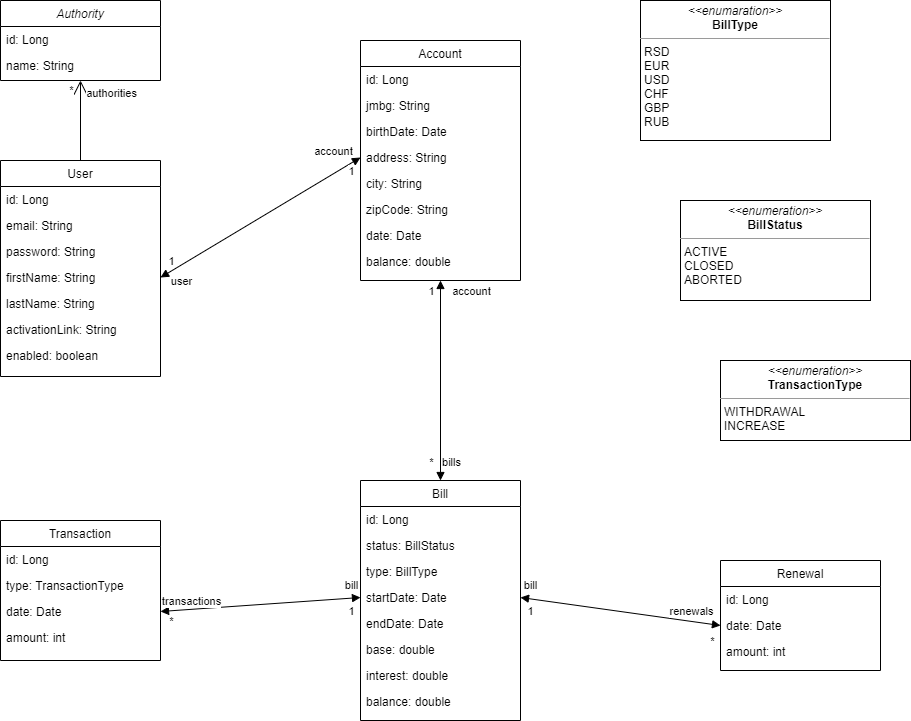
The draw.io diagram class.png in draganagrbic998/sbnz, before a commit. Source tidied: cells renumbered, new cells last; positions are measured from the earlier drawing's top-left corner, leaving out a move shared by most shapes.
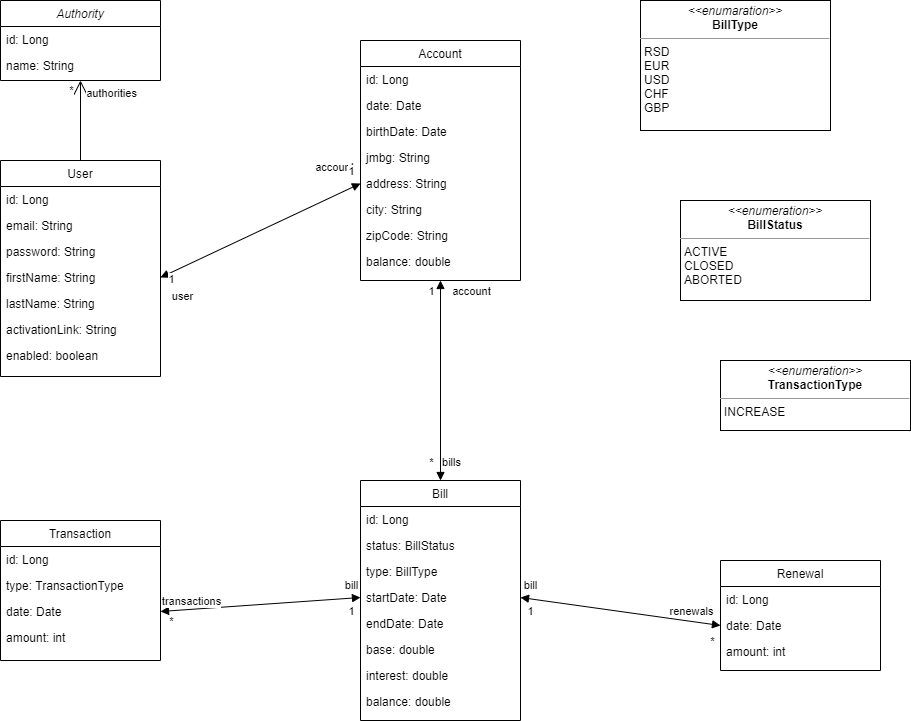
Above is the later version.

Commit message:
исправљен клас дијаграм

Diff of the diagram source:
```diff
@@ -41,24 +41,24 @@
     <mxCell id="14" value="id: Long" style="text;align=left;verticalAlign=top;spacingLeft=4;spacingRight=4;overflow=hidden;" parent="13" vertex="1">
       <mxGeometry y="26" width="160" height="26" as="geometry" />
     </mxCell>
+    <mxCell id="20" value="date: Date" style="text;align=left;verticalAlign=top;spacingLeft=4;spacingRight=4;overflow=hidden;" parent="13" vertex="1">
+      <mxGeometry y="52" width="160" height="26" as="geometry" />
+    </mxCell>
+    <mxCell id="16" value="birthDate: Date" style="text;align=left;verticalAlign=top;spacingLeft=4;spacingRight=4;overflow=hidden;rounded=0;shadow=0;html=0;" parent="13" vertex="1">
+      <mxGeometry y="78" width="160" height="26" as="geometry" />
+    </mxCell>
     <mxCell id="15" value="jmbg: String" style="text;align=left;verticalAlign=top;spacingLeft=4;spacingRight=4;overflow=hidden;rounded=0;shadow=0;html=0;" parent="13" vertex="1">
-      <mxGeometry y="52" width="160" height="26" as="geometry" />
+      <mxGeometry y="104" width="160" height="26" as="geometry" />
     </mxCell>
-    <mxCell id="16" value="birthDate: Date" style="text;align=left;verticalAlign=top;spacingLeft=4;spacingRight=4;overflow=hidden;rounded=0;shadow=0;html=0;" parent="13" vertex="1">
-      <mxGeometry y="78" width="160" height="26" as="geometry" />
-    </mxCell>
     <mxCell id="17" value="address: String" style="text;align=left;verticalAlign=top;spacingLeft=4;spacingRight=4;overflow=hidden;points=[[0,0.5],[1,0.5]];portConstraint=eastwest;rounded=0;shadow=0;html=0;" parent="13" vertex="1">
-      <mxGeometry y="104" width="160" height="26" as="geometry" />
+      <mxGeometry y="130" width="160" height="26" as="geometry" />
     </mxCell>
     <mxCell id="18" value="city: String" style="text;align=left;verticalAlign=top;spacingLeft=4;spacingRight=4;overflow=hidden;rounded=0;shadow=0;html=0;" parent="13" vertex="1">
-      <mxGeometry y="130" width="160" height="26" as="geometry" />
+      <mxGeometry y="156" width="160" height="26" as="geometry" />
     </mxCell>
     <mxCell id="19" value="zipCode: String" style="text;align=left;verticalAlign=top;spacingLeft=4;spacingRight=4;overflow=hidden;" parent="13" vertex="1">
-      <mxGeometry y="156" width="160" height="26" as="geometry" />
+      <mxGeometry y="182" width="160" height="26" as="geometry" />
     </mxCell>
-    <mxCell id="20" value="date: Date" style="text;align=left;verticalAlign=top;spacingLeft=4;spacingRight=4;overflow=hidden;" parent="13" vertex="1">
-      <mxGeometry y="182" width="160" height="26" as="geometry" />
-    </mxCell>
     <mxCell id="21" value="balance: double" style="text;align=left;verticalAlign=top;spacingLeft=4;spacingRight=4;overflow=hidden;" parent="13" vertex="1">
       <mxGeometry y="208" width="160" height="26" as="geometry" />
     </mxCell>
@@ -219,11 +219,11 @@
     <mxCell id="62" value="&lt;p style=&quot;margin: 0px ; margin-top: 4px ; text-align: center&quot;&gt;&lt;i&gt;&amp;lt;&amp;lt;enumeration&amp;gt;&amp;gt;&lt;/i&gt;&lt;br&gt;&lt;b&gt;BillStatus&lt;/b&gt;&lt;/p&gt;&lt;hr size=&quot;1&quot;&gt;&lt;p style=&quot;margin: 0px ; margin-left: 4px&quot;&gt;ACTIVE&lt;/p&gt;&lt;p style=&quot;margin: 0px ; margin-left: 4px&quot;&gt;CLOSED&lt;/p&gt;&lt;p style=&quot;margin: 0px ; margin-left: 4px&quot;&gt;ABORTED&lt;/p&gt;" style="verticalAlign=top;align=left;overflow=fill;fontSize=12;fontFamily=Helvetica;html=1;" parent="1" vertex="1">
       <mxGeometry x="680" y="200" width="190" height="100" as="geometry" />
     </mxCell>
-    <mxCell id="63" value="&lt;p style=&quot;margin: 0px ; margin-top: 4px ; text-align: center&quot;&gt;&lt;i&gt;&amp;lt;&amp;lt;enumaration&amp;gt;&amp;gt;&lt;/i&gt;&lt;br&gt;&lt;b&gt;BillType&lt;/b&gt;&lt;/p&gt;&lt;hr size=&quot;1&quot;&gt;&lt;p style=&quot;margin: 0px ; margin-left: 4px&quot;&gt;RSD&lt;/p&gt;&lt;p style=&quot;margin: 0px ; margin-left: 4px&quot;&gt;EUR&lt;/p&gt;&lt;p style=&quot;margin: 0px ; margin-left: 4px&quot;&gt;USD&lt;/p&gt;&lt;p style=&quot;margin: 0px ; margin-left: 4px&quot;&gt;CHF&lt;/p&gt;&lt;p style=&quot;margin: 0px ; margin-left: 4px&quot;&gt;GBP&lt;/p&gt;&lt;p style=&quot;margin: 0px ; margin-left: 4px&quot;&gt;RUB&lt;/p&gt;" style="verticalAlign=top;align=left;overflow=fill;fontSize=12;fontFamily=Helvetica;html=1;" parent="1" vertex="1">
-      <mxGeometry x="640" width="190" height="140" as="geometry" />
+    <mxCell id="63" value="&lt;p style=&quot;margin: 0px ; margin-top: 4px ; text-align: center&quot;&gt;&lt;i&gt;&amp;lt;&amp;lt;enumaration&amp;gt;&amp;gt;&lt;/i&gt;&lt;br&gt;&lt;b&gt;BillType&lt;/b&gt;&lt;/p&gt;&lt;hr size=&quot;1&quot;&gt;&lt;p style=&quot;margin: 0px ; margin-left: 4px&quot;&gt;RSD&lt;/p&gt;&lt;p style=&quot;margin: 0px ; margin-left: 4px&quot;&gt;EUR&lt;/p&gt;&lt;p style=&quot;margin: 0px ; margin-left: 4px&quot;&gt;USD&lt;/p&gt;&lt;p style=&quot;margin: 0px ; margin-left: 4px&quot;&gt;CHF&lt;/p&gt;&lt;p style=&quot;margin: 0px ; margin-left: 4px&quot;&gt;GBP&lt;/p&gt;" style="verticalAlign=top;align=left;overflow=fill;fontSize=12;fontFamily=Helvetica;html=1;" parent="1" vertex="1">
+      <mxGeometry x="640" width="190" height="130" as="geometry" />
     </mxCell>
-    <mxCell id="64" value="&lt;p style=&quot;margin: 0px ; margin-top: 4px ; text-align: center&quot;&gt;&lt;i&gt;&amp;lt;&amp;lt;enumeration&amp;gt;&amp;gt;&lt;/i&gt;&lt;br&gt;&lt;b&gt;TransactionType&lt;/b&gt;&lt;/p&gt;&lt;hr size=&quot;1&quot;&gt;&lt;p style=&quot;margin: 0px ; margin-left: 4px&quot;&gt;WITHDRAWAL&lt;/p&gt;&lt;p style=&quot;margin: 0px ; margin-left: 4px&quot;&gt;INCREASE&lt;/p&gt;" style="verticalAlign=top;align=left;overflow=fill;fontSize=12;fontFamily=Helvetica;html=1;" parent="1" vertex="1">
-      <mxGeometry x="720" y="360" width="190" height="80" as="geometry" />
+    <mxCell id="64" value="&lt;p style=&quot;margin: 0px ; margin-top: 4px ; text-align: center&quot;&gt;&lt;i&gt;&amp;lt;&amp;lt;enumeration&amp;gt;&amp;gt;&lt;/i&gt;&lt;br&gt;&lt;b&gt;TransactionType&lt;/b&gt;&lt;/p&gt;&lt;hr size=&quot;1&quot;&gt;&lt;p style=&quot;margin: 0px ; margin-left: 4px&quot;&gt;&lt;span&gt;INCREASE&lt;/span&gt;&lt;br&gt;&lt;/p&gt;" style="verticalAlign=top;align=left;overflow=fill;fontSize=12;fontFamily=Helvetica;html=1;" parent="1" vertex="1">
+      <mxGeometry x="720" y="360" width="190" height="70" as="geometry" />
     </mxCell>
     <mxCell id="65" value="1" style="edgeLabel;html=1;align=center;verticalAlign=middle;" parent="1" vertex="1">
       <mxGeometry x="350" y="170" as="geometry" />
```
